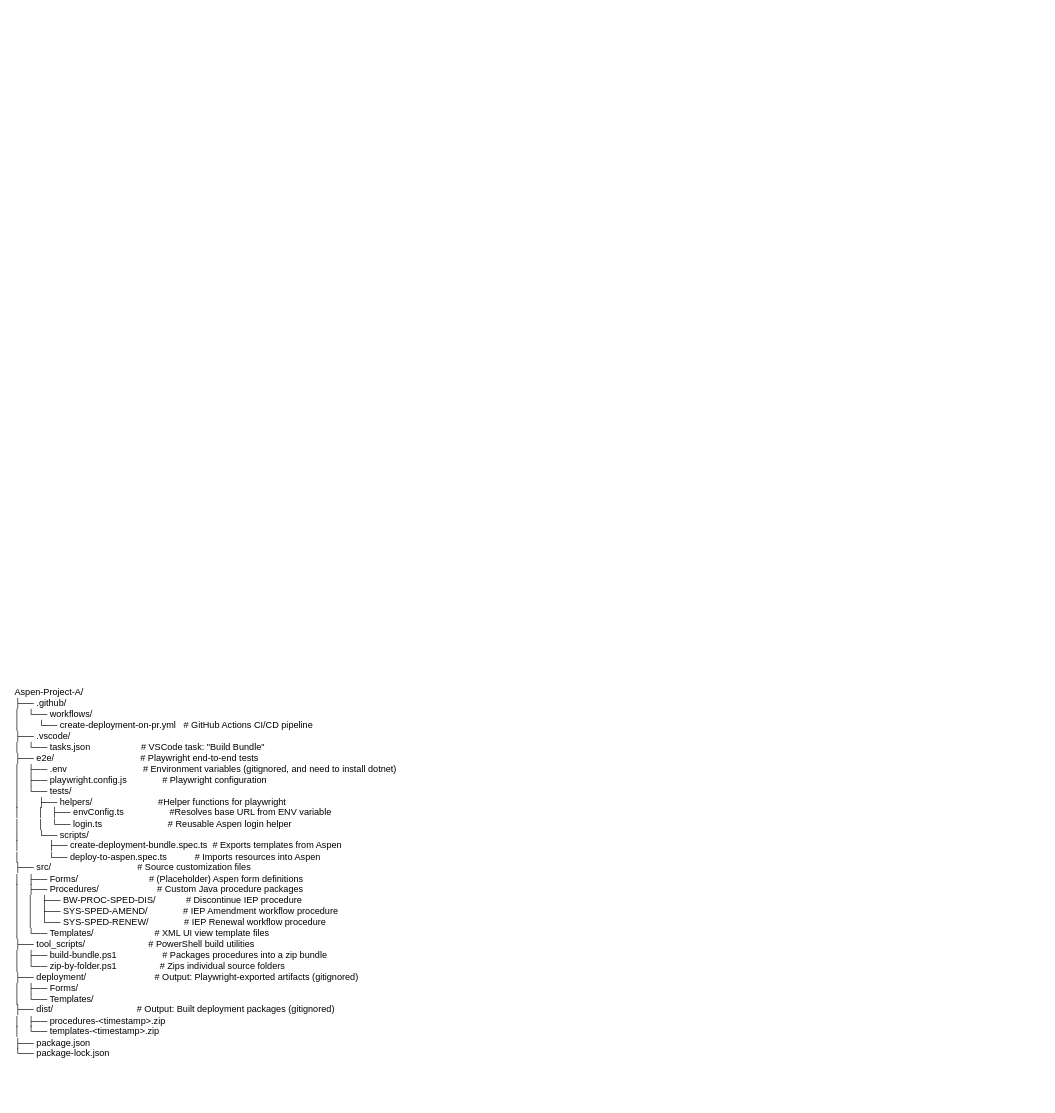
Before: Aspen_Development_Workflow.drawio in liulinradio/liulinradio, a draw.io diagram. Source tidied: cells renumbered, new cells numbered last; positions are measured from the earlier drawing's top-left corner, leaving out a move shared by most shapes. Both pictures are drawn from the tidied source at 76%, with x=0, y=0 at pixel (13, 682).
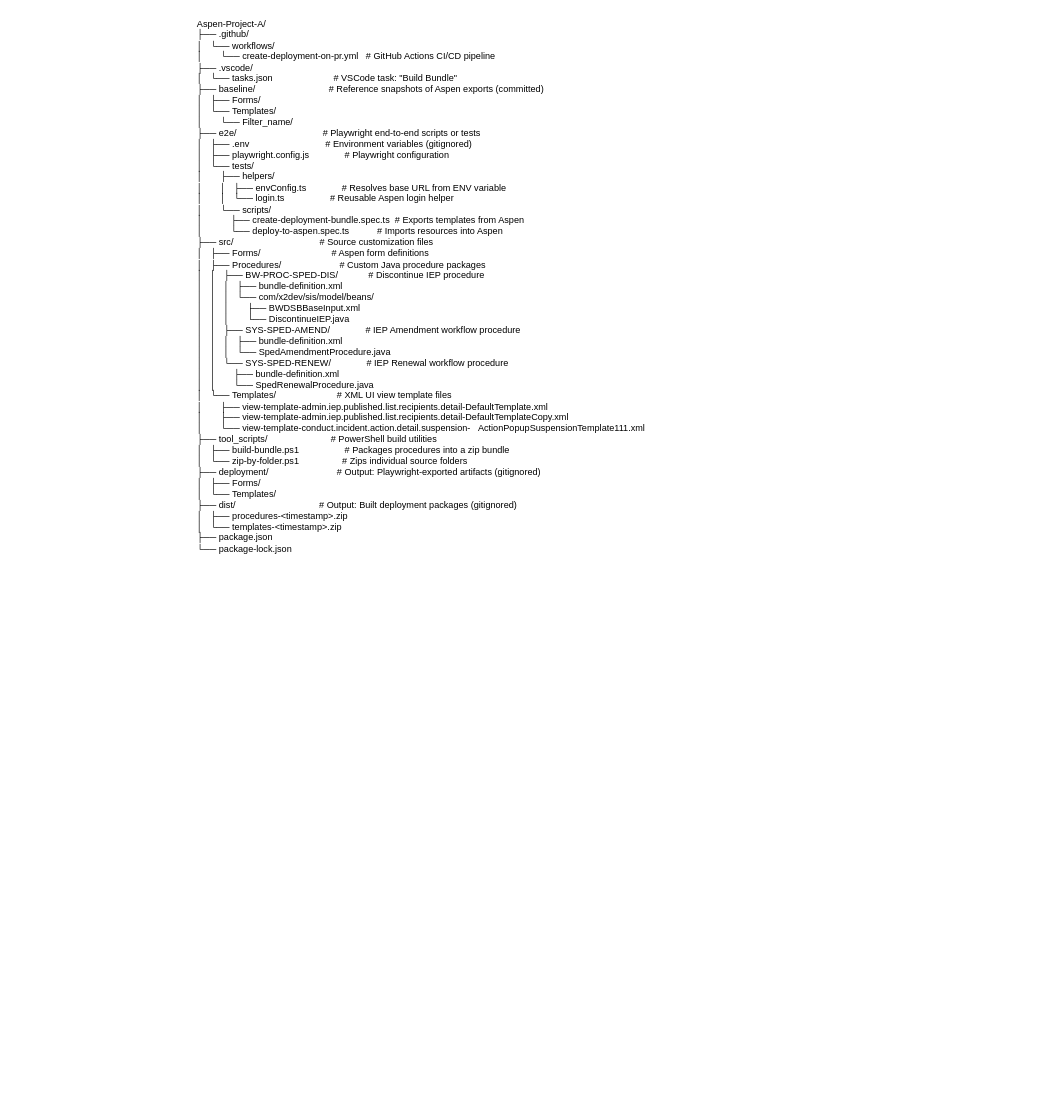
Above is the later version.

Change to the diagram source:
```diff
@@
 <mxGraphModel>
   <root>
     <mxCell id="0" />
     <mxCell id="1" parent="0" />
-    <mxCell id="2" value="Aspen-Project-A/&#10;├── .github/&#10;│   └── workflows/&#10;│       └── create-deployment-on-pr.yml   # GitHub Actions CI/CD pipeline&#10;├── .vscode/&#10;│   └── tasks.json                    # VSCode task: &quot;Build Bundle&quot;&#10;├── e2e/                                  # Playwright end-to-end tests&#10;│   ├── .env                              # Environment variables (gitignored, and need to install dotnet)&#10;│   ├── playwright.config.js              # Playwright configuration&#10;│   └── tests/&#10;│       ├── helpers/                          #Helper functions for playwright&#10;│       │   ├── envConfig.ts                  #Resolves base URL from ENV variable&#10;│       │   └── login.ts                          # Reusable Aspen login helper&#10;│       └── scripts/&#10;│           ├── create-deployment-bundle.spec.ts  # Exports templates from Aspen&#10;│           └── deploy-to-aspen.spec.ts           # Imports resources into Aspen&#10;├── src/                                  # Source customization files&#10;│   ├── Forms/                            # (Placeholder) Aspen form definitions&#10;│   ├── Procedures/                       # Custom Java procedure packages&#10;│   │   ├── BW-PROC-SPED-DIS/            # Discontinue IEP procedure&#10;│   │   ├── SYS-SPED-AMEND/              # IEP Amendment workflow procedure&#10;│   │   └── SYS-SPED-RENEW/              # IEP Renewal workflow procedure&#10;│   └── Templates/                        # XML UI view template files&#10;├── tool_scripts/                         # PowerShell build utilities&#10;│   ├── build-bundle.ps1                  # Packages procedures into a zip bundle&#10;│   └── zip-by-folder.ps1                 # Zips individual source folders&#10;├── deployment/                           # Output: Playwright-exported artifacts (gitignored)&#10;│   ├── Forms/&#10;│   └── Templates/&#10;├── dist/                                 # Output: Built deployment packages (gitignored)&#10;│   ├── procedures-&lt;timestamp&gt;.zip&#10;│   └── templates-&lt;timestamp&gt;.zip&#10;├── package.json&#10;└── package-lock.json" style="text;whiteSpace=wrap;" parent="1" vertex="1">
-      <mxGeometry width="990" height="550" as="geometry" />
-    </mxCell>
+    <mxCell id="3" value="Aspen-Project-A/&#10;├── .github/&#10;│   └── workflows/&#10;│       └── create-deployment-on-pr.yml   # GitHub Actions CI/CD pipeline&#10;├── .vscode/&#10;│   └── tasks.json                        # VSCode task: &quot;Build Bundle&quot;&#10;├── baseline/                             # Reference snapshots of Aspen exports (committed)&#10;│   ├── Forms/&#10;│   └── Templates/&#10;│       └── Filter_name/&#10;├── e2e/                                  # Playwright end-to-end scripts or tests&#10;│   ├── .env                              # Environment variables (gitignored)&#10;│   ├── playwright.config.js              # Playwright configuration&#10;│   └── tests/&#10;│       ├── helpers/&#10;│       │   ├── envConfig.ts              # Resolves base URL from ENV variable&#10;│       │   └── login.ts                  # Reusable Aspen login helper&#10;│       └── scripts/&#10;│           ├── create-deployment-bundle.spec.ts  # Exports templates from Aspen&#10;│           └── deploy-to-aspen.spec.ts           # Imports resources into Aspen&#10;├── src/                                  # Source customization files&#10;│   ├── Forms/                            # Aspen form definitions&#10;│   ├── Procedures/                       # Custom Java procedure packages&#10;│   │   ├── BW-PROC-SPED-DIS/            # Discontinue IEP procedure&#10;│   │   │   ├── bundle-definition.xml&#10;│   │   │   └── com/x2dev/sis/model/beans/&#10;│   │   │       ├── BWDSBBaseInput.xml&#10;│   │   │       └── DiscontinueIEP.java&#10;│   │   ├── SYS-SPED-AMEND/              # IEP Amendment workflow procedure&#10;│   │   │   ├── bundle-definition.xml&#10;│   │   │   └── SpedAmendmentProcedure.java&#10;│   │   └── SYS-SPED-RENEW/              # IEP Renewal workflow procedure&#10;│   │       ├── bundle-definition.xml&#10;│   │       └── SpedRenewalProcedure.java&#10;│   └── Templates/                        # XML UI view template files&#10;│       ├── view-template-admin.iep.published.list.recipients.detail-DefaultTemplate.xml&#10;│       ├── view-template-admin.iep.published.list.recipients.detail-DefaultTemplateCopy.xml&#10;│       └── view-template-conduct.incident.action.detail.suspension-   ActionPopupSuspensionTemplate111.xml&#10;├── tool_scripts/                         # PowerShell build utilities&#10;│   ├── build-bundle.ps1                  # Packages procedures into a zip bundle&#10;│   └── zip-by-folder.ps1                 # Zips individual source folders&#10;├── deployment/                           # Output: Playwright-exported artifacts (gitignored)&#10;│   ├── Forms/&#10;│   └── Templates/&#10;├── dist/                                 # Output: Built deployment packages (gitignored)&#10;│   ├── procedures-&lt;timestamp&gt;.zip&#10;│   └── templates-&lt;timestamp&gt;.zip&#10;├── package.json&#10;└── package-lock.json" style="text;whiteSpace=wrap;" parent="1" vertex="1">
+      <mxGeometry x="240" y="-880" width="1114" height="740" as="geometry" />
+    </mxCell>
   </root>
 </mxGraphModel>
```
